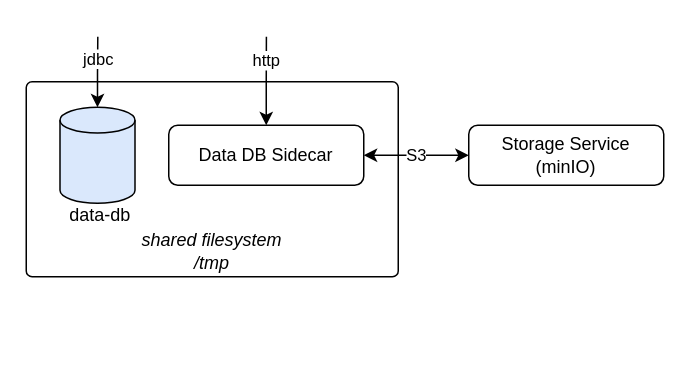
Earlier version of the draw.io diagram page "data-db" (6 of 7) of .docs/images/architecture.drawio (DBRepo-Project/dbrepo). Source tidied: cells renumbered, new cells numbered last; positions are measured from the earlier drawing's top-left corner, leaving out a move shared by most shapes. Both pictures are drawn from the tidied source at 150%, with x=0, y=0 at pixel (26, 36).
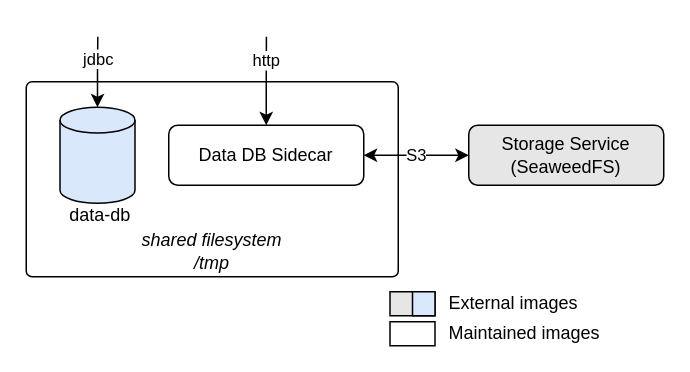
Above is the later version.

The edit, as a diff of the source:
```diff
@@
 <mxGraphModel>
   <root>
     <mxCell id="0" />
     <mxCell id="1" parent="0" />
     <mxCell id="2" value="shared filesystem&lt;br&gt;/tmp" style="rounded=1;whiteSpace=wrap;html=1;arcSize=3;verticalAlign=bottom;fontStyle=2;" parent="1" vertex="1">
       <mxGeometry y="30" width="248" height="130" as="geometry" />
     </mxCell>
     <mxCell id="3" value="jdbc" style="edgeStyle=orthogonalEdgeStyle;rounded=0;jettySize=auto;html=1;exitX=0.5;exitY=0;exitDx=0;exitDy=0;exitPerimeter=0;endArrow=none;endFill=0;startArrow=classic;startFill=1;" parent="1" edge="1" source="4">
       <mxGeometry x="0.38" relative="1" as="geometry">
         <mxPoint x="47.7" as="targetPoint" />
       </mxGeometry>
     </mxCell>
     <mxCell id="4" style="shape=cylinder3;whiteSpace=wrap;html=1;boundedLbl=1;backgroundOutline=1;size=8.600000000000023;fillColor=#dae8fc;strokeColor=#000000;" parent="1" vertex="1">
       <mxGeometry x="22.5" y="47" width="50" height="64" as="geometry" />
     </mxCell>
     <mxCell id="5" value="data-db" style="text;html=1;strokeColor=none;fillColor=none;align=center;verticalAlign=middle;whiteSpace=wrap;rounded=0;spacing=-1;" parent="1" vertex="1">
       <mxGeometry x="6.5" y="109" width="85" height="20" as="geometry" />
     </mxCell>
     <mxCell id="6" value="http" style="edgeStyle=orthogonalEdgeStyle;rounded=0;jettySize=auto;html=1;exitX=0.5;exitY=0;exitDx=0;exitDy=0;startArrow=classic;startFill=1;endArrow=none;endFill=0;" parent="1" edge="1" source="8">
       <mxGeometry x="0.47" relative="1" as="geometry">
         <mxPoint x="160.1" as="targetPoint" />
       </mxGeometry>
     </mxCell>
     <mxCell id="7" value="S3" style="edgeStyle=orthogonalEdgeStyle;rounded=0;jettySize=auto;html=1;exitX=1;exitY=0.5;exitDx=0;exitDy=0;entryX=0;entryY=0.5;entryDx=0;entryDy=0;startArrow=classic;startFill=1;" parent="1" edge="1" source="8" target="9">
       <mxGeometry relative="1" as="geometry" />
     </mxCell>
     <mxCell id="8" value="Data DB Sidecar" style="rounded=1;whiteSpace=wrap;html=1;" parent="1" vertex="1">
       <mxGeometry x="95" y="59" width="130" height="40" as="geometry" />
     </mxCell>
-    <mxCell id="9" value="Storage Service&lt;br&gt;(minIO)" style="rounded=1;whiteSpace=wrap;html=1;" parent="1" vertex="1">
+    <mxCell id="9" value="Storage Service&lt;br style=&quot;border-color: var(--border-color);&quot;&gt;(SeaweedFS)" style="rounded=1;whiteSpace=wrap;html=1;fillColor=#E6E6E6;" parent="1" vertex="1">
       <mxGeometry x="295" y="59" width="130" height="40" as="geometry" />
     </mxCell>
+    <mxCell id="10" style="rounded=0;whiteSpace=wrap;html=1;fillColor=#E6E6E6;" parent="1" vertex="1">
+      <mxGeometry x="242.5" y="170" width="30" height="16" as="geometry" />
+    </mxCell>
+    <mxCell id="11" value="External images" style="text;html=1;strokeColor=none;fillColor=none;align=left;verticalAlign=middle;whiteSpace=wrap;rounded=0;" parent="1" vertex="1">
+      <mxGeometry x="280" y="170" width="140" height="16" as="geometry" />
+    </mxCell>
+    <mxCell id="12" style="rounded=0;whiteSpace=wrap;html=1;" parent="1" vertex="1">
+      <mxGeometry x="242.5" y="190" width="30" height="16" as="geometry" />
+    </mxCell>
+    <mxCell id="13" value="Maintained images" style="text;html=1;strokeColor=none;fillColor=none;align=left;verticalAlign=middle;whiteSpace=wrap;rounded=0;" parent="1" vertex="1">
+      <mxGeometry x="280" y="190" width="140" height="16" as="geometry" />
+    </mxCell>
+    <mxCell id="14" style="rounded=0;whiteSpace=wrap;html=1;fillColor=#dae8fc;strokeColor=#000000;" parent="1" vertex="1">
+      <mxGeometry x="257.5" y="170" width="15" height="16" as="geometry" />
+    </mxCell>
   </root>
 </mxGraphModel>
```
